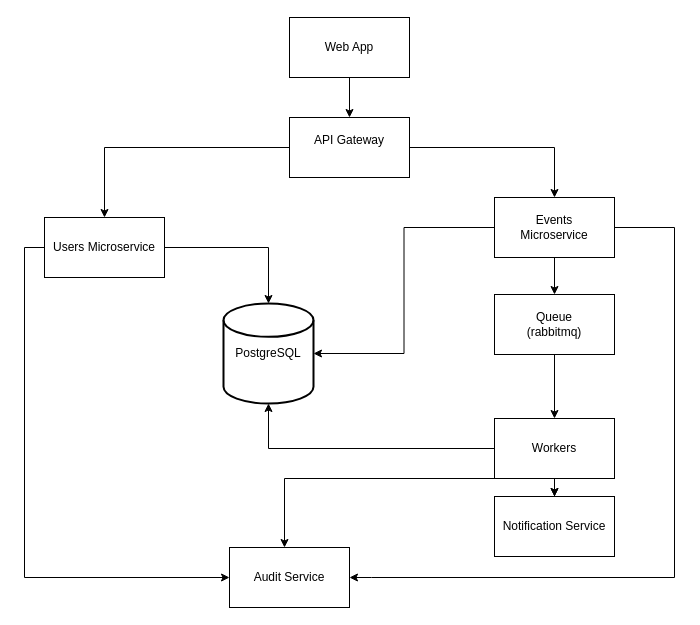
Before: Untitled Diagram.drawio in dartora/EventDrivenArchAPI, a draw.io diagram. Source tidied: cells renumbered, new cells numbered last; positions are measured from the earlier drawing's top-left corner, leaving out a move shared by most shapes. Both pictures are drawn from the tidied source at 100%, with x=0, y=0 at pixel (24, 17).
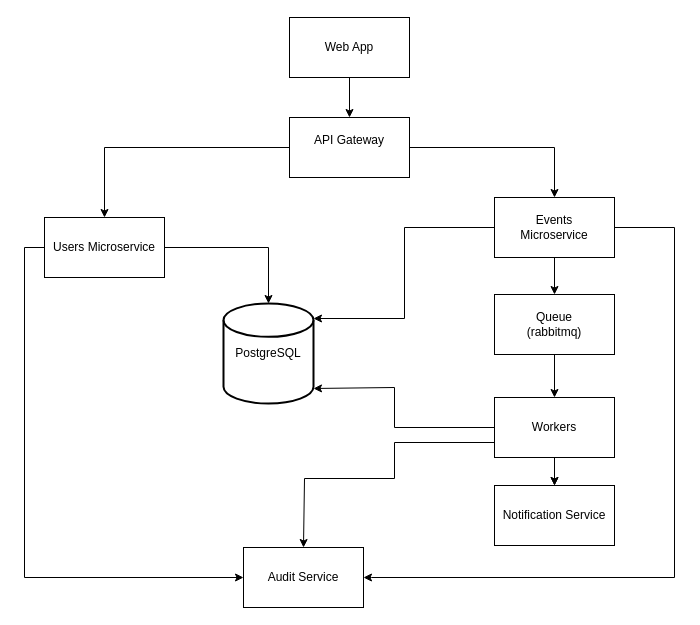
The same diagram, later.

The change refers to these unchanged cells:
```xml
<mxCell id="12" value="Events&lt;div&gt;Microservice&lt;/div&gt;" style="rounded=0;whiteSpace=wrap;html=1;" parent="1" vertex="1">
  <mxGeometry x="470" y="180" width="120" height="60" as="geometry" />
</mxCell>
<mxCell id="21" value="PostgreSQL" style="strokeWidth=2;html=1;shape=mxgraph.flowchart.database;whiteSpace=wrap;" parent="1" vertex="1">
  <mxGeometry x="199" y="286" width="90" height="100" as="geometry" />
</mxCell>
```

Change to the diagram source:
```diff
@@
-    <mxCell id="17" style="edgeStyle=orthogonalEdgeStyle;rounded=0;jettySize=auto;html=1;exitX=0;exitY=1;exitDx=0;exitDy=0;" parent="1" edge="1" source="18" target="23">
+    <mxCell id="17" style="edgeStyle=orthogonalEdgeStyle;rounded=0;jettySize=auto;html=1;exitX=0;exitY=0.75;exitDx=0;exitDy=0;entryX=0.5;entryY=0;entryDx=0;entryDy=0;" parent="1" edge="1" source="18" target="23">
       <mxGeometry relative="1" as="geometry">
         <Array as="points">
-          <mxPoint x="260" y="461" />
+          <mxPoint x="370" y="425" />
+          <mxPoint x="370" y="461" />
+          <mxPoint x="280" y="461" />
         </Array>
       </mxGeometry>
     </mxCell>
     <mxCell id="18" value="&lt;div&gt;Workers&lt;/div&gt;" style="whiteSpace=wrap;html=1;rounded=0;" parent="1" vertex="1">
-      <mxGeometry x="470" y="401" width="120" height="60" as="geometry" />
+      <mxGeometry x="470" y="380" width="120" height="60" as="geometry" />
     </mxCell>
-    <mxCell id="19" style="edgeStyle=orthogonalEdgeStyle;rounded=0;jettySize=auto;html=1;entryX=1;entryY=0.5;entryDx=0;entryDy=0;entryPerimeter=0;" parent="1" edge="1" source="12" target="21">
-      <mxGeometry relative="1" as="geometry" />
+    <mxCell id="19" style="edgeStyle=orthogonalEdgeStyle;rounded=0;jettySize=auto;html=1;entryX=1;entryY=0.15;entryDx=0;entryDy=0;entryPerimeter=0;" parent="1" edge="1" source="12" target="21">
+      <mxGeometry relative="1" as="geometry">
+        <Array as="points">
+          <mxPoint x="380" y="210" />
+          <mxPoint x="380" y="301" />
+        </Array>
+      </mxGeometry>
     </mxCell>
-    <mxCell id="20" style="edgeStyle=orthogonalEdgeStyle;rounded=0;jettySize=auto;html=1;entryX=0.5;entryY=1;entryDx=0;entryDy=0;entryPerimeter=0;" parent="1" edge="1" source="18" target="21">
-      <mxGeometry relative="1" as="geometry" />
+    <mxCell id="20" style="edgeStyle=orthogonalEdgeStyle;rounded=0;jettySize=auto;html=1;entryX=1;entryY=0.85;entryDx=0;entryDy=0;entryPerimeter=0;" parent="1" edge="1" source="18" target="21">
+      <mxGeometry relative="1" as="geometry">
+        <Array as="points">
+          <mxPoint x="370" y="410" />
+          <mxPoint x="370" y="370" />
+        </Array>
+      </mxGeometry>
     </mxCell>
@@
     <mxCell id="22" value="&lt;div&gt;Notification Service&lt;/div&gt;" style="whiteSpace=wrap;html=1;rounded=0;" parent="1" vertex="1">
-      <mxGeometry x="470" y="479" width="120" height="60" as="geometry" />
+      <mxGeometry x="470" y="468" width="120" height="60" as="geometry" />
     </mxCell>
     <mxCell id="23" value="Audit Service" style="whiteSpace=wrap;html=1;rounded=0;" parent="1" vertex="1">
-      <mxGeometry x="205" y="530" width="120" height="60" as="geometry" />
+      <mxGeometry x="219" y="530" width="120" height="60" as="geometry" />
     </mxCell>
```
